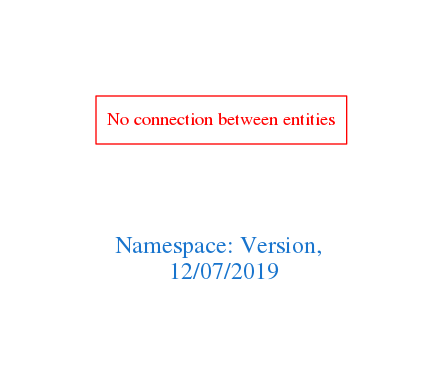
This is downloads/Version.png from arago/OGIT, a Graphviz export, as it was before one commit. Its source is kept beside it as downloads/Version.dot.
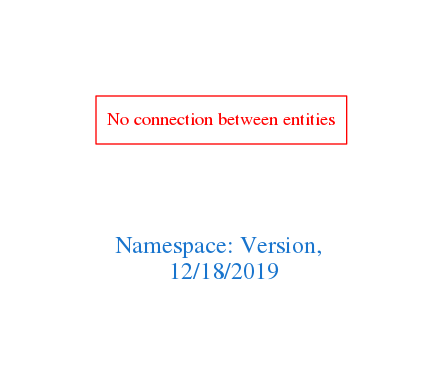
The same diagram one commit later.

Change to the diagram source:
```diff
@@ -1,7 +1,7 @@
 digraph OGIT_ontology {
  graph [ rankdir= LR,pad=1
 fontsize = 18,
-fontcolor= dodgerblue3,label = "\n\n\nNamespace: Version, \n 12/07/2019"];
+fontcolor= dodgerblue3,label = "\n\n\nNamespace: Version, \n 12/18/2019"];
 node[shape=polygon];
 edge [  color="gray81"];
 
```
